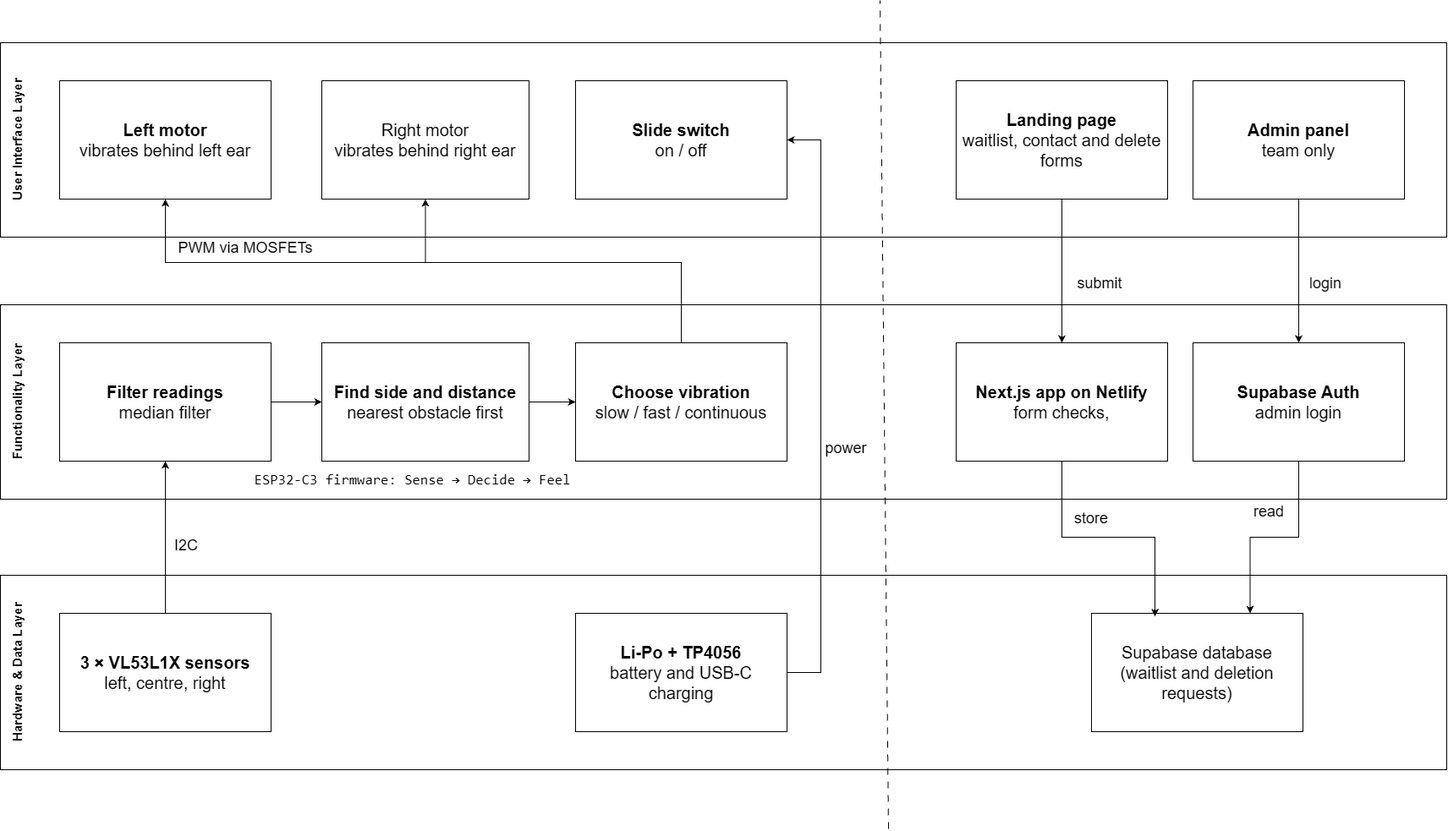
The draw.io diagram docs/design/vidurath/architecture diagram.png in pasanjayaweerabis-cloud/HapSight.com, before a commit. Source tidied: cells renumbered, new cells last; positions are measured from the earlier drawing's top-left corner, leaving out a move shared by most shapes.
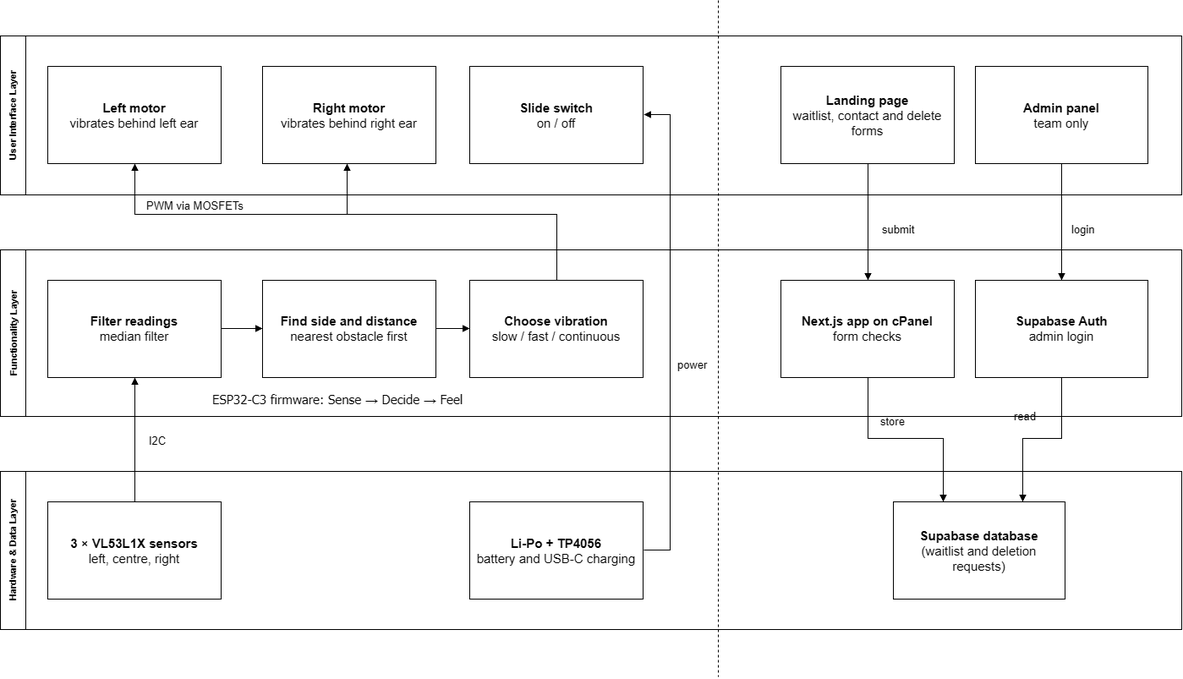
After the commit.

Commit message:
HAP-22: update architecture diagram (Netlify → cPanel)

The edit, as a diff of the source:
```diff
@@ -2,137 +2,159 @@
   <root>
     <mxCell id="0" />
     <mxCell id="1" parent="0" />
-    <mxCell id="2" style="rounded=0;whiteSpace=wrap;html=1;fontSize=20;" parent="1" vertex="1">
-      <mxGeometry y="50" width="1710" height="230" as="geometry" />
-    </mxCell>
-    <mxCell id="3" style="rounded=0;whiteSpace=wrap;html=1;fontSize=20;" parent="1" vertex="1">
-      <mxGeometry y="360" width="1710" height="230" as="geometry" />
-    </mxCell>
-    <mxCell id="4" style="rounded=0;whiteSpace=wrap;html=1;fontSize=20;" parent="1" vertex="1">
-      <mxGeometry y="680" width="1710" height="230" as="geometry" />
-    </mxCell>
+    <mxCell id="41" style="endArrow=none;dashed=1;html=1;" parent="1" edge="1">
+      <mxGeometry relative="1" as="geometry">
+        <mxPoint x="1620" y="-50" as="sourcePoint" />
+        <mxPoint x="1620" y="750" as="targetPoint" />
+      </mxGeometry>
+    </mxCell>
+    <mxCell id="30" value="User Interface Layer" style="swimlane;horizontal=0;startSize=30;fillColor=none;fontSize=11;rounded=0;html=1;" parent="1" vertex="1">
+      <mxGeometry x="771" y="-8" width="1397" height="188" as="geometry" />
+    </mxCell>
+    <mxCell id="31" value="Functionality Layer" style="swimlane;horizontal=0;startSize=30;fillColor=none;fontSize=11;rounded=0;html=1;" parent="1" vertex="1">
+      <mxGeometry x="771" y="245" width="1397" height="197" as="geometry" />
+    </mxCell>
+    <mxCell id="33" value="ESP32-C3 firmware: Sense → Decide → Feel" style="text;html=1;fontSize=15;fontFamily=Tahoma;align=left;" parent="31" vertex="1">
+      <mxGeometry x="249" y="161" width="330" height="36" as="geometry" />
+    </mxCell>
+    <mxCell id="32" value="Hardware &amp; Data Layer" style="swimlane;horizontal=0;startSize=30;fillColor=none;fontSize=11;rounded=0;html=1;" parent="1" vertex="1">
+      <mxGeometry x="771" y="507" width="1397" height="187" as="geometry" />
+    </mxCell>
-    <mxCell id="5" value="&lt;font&gt;&lt;b&gt;Left motor&lt;/b&gt;&lt;br&gt;vibrates behind left ear&lt;/font&gt;" style="rounded=0;whiteSpace=wrap;html=1;fontSize=20;" parent="1" vertex="1">
-      <mxGeometry x="70" y="95" width="250" height="140" as="geometry" />
+    <mxCell id="5" value="&lt;b&gt;Left motor&lt;/b&gt;&lt;br&gt;vibrates behind left ear" style="rounded=0;whiteSpace=wrap;html=1;fontSize=15;" parent="1" vertex="1">
+      <mxGeometry x="827" y="28" width="205" height="115" as="geometry" />
     </mxCell>
-    <mxCell id="6" style="edgeStyle=orthogonalEdgeStyle;rounded=0;jettySize=auto;html=1;defaultLabelBackgroundColor=page;labelPadding=0 4;startArrow=classic;startFill=1;endArrow=none;endFill=0;" parent="1" edge="1" source="7">
-      <mxGeometry relative="1" as="geometry">
-        <mxPoint x="502.5" y="310" as="targetPoint" />
-      </mxGeometry>
-    </mxCell>
-    <mxCell id="7" value="&lt;div&gt;Right motor&lt;/div&gt;&lt;div&gt;vibrates behind right ear&lt;/div&gt;" style="rounded=0;whiteSpace=wrap;html=1;fontSize=20;" parent="1" vertex="1">
-      <mxGeometry x="380" y="95" width="245" height="140" as="geometry" />
+    <mxCell id="7" value="&lt;b&gt;Right motor&lt;/b&gt;&lt;br&gt;vibrates behind right ear" style="rounded=0;whiteSpace=wrap;html=1;fontSize=15;" parent="1" vertex="1">
+      <mxGeometry x="1081" y="28" width="205" height="115" as="geometry" />
     </mxCell>
-    <mxCell id="8" value="&lt;b&gt;Slide switch&lt;/b&gt;&lt;br&gt;&lt;span&gt;on / off&lt;/span&gt;" style="rounded=0;whiteSpace=wrap;html=1;fontSize=20;" parent="1" vertex="1">
-      <mxGeometry x="680" y="95" width="250" height="140" as="geometry" />
+    <mxCell id="8" value="&lt;b&gt;Slide switch&lt;/b&gt;&lt;br&gt;on / off" style="rounded=0;whiteSpace=wrap;html=1;fontSize=15;" parent="1" vertex="1">
+      <mxGeometry x="1326" y="28" width="205" height="115" as="geometry" />
     </mxCell>
-    <mxCell id="9" style="edgeStyle=orthogonalEdgeStyle;rounded=0;jettySize=auto;html=1;entryX=0.5;entryY=0;entryDx=0;entryDy=0;defaultLabelBackgroundColor=page;labelPadding=0 4;" parent="1" edge="1" source="10" target="18">
-      <mxGeometry relative="1" as="geometry" />
-    </mxCell>
-    <mxCell id="10" value="&lt;b&gt;Landing page&lt;/b&gt;&lt;br&gt;&lt;span&gt;waitlist, contact and delete forms&lt;/span&gt;" style="rounded=0;whiteSpace=wrap;html=1;fontSize=20;" parent="1" vertex="1">
-      <mxGeometry x="1130" y="95" width="250" height="140" as="geometry" />
+    <mxCell id="10" value="&lt;b&gt;Landing page&lt;/b&gt;&lt;br&gt;waitlist, contact and delete forms" style="rounded=0;whiteSpace=wrap;html=1;fontSize=15;" parent="1" vertex="1">
+      <mxGeometry x="1694" y="28" width="205" height="115" as="geometry" />
     </mxCell>
-    <mxCell id="11" style="edgeStyle=orthogonalEdgeStyle;rounded=0;jettySize=auto;html=1;entryX=0.5;entryY=0;entryDx=0;entryDy=0;defaultLabelBackgroundColor=page;labelPadding=0 4;" parent="1" edge="1" source="12" target="20">
-      <mxGeometry relative="1" as="geometry" />
-    </mxCell>
-    <mxCell id="12" value="&lt;b&gt;Admin panel&lt;/b&gt;&lt;br&gt;&lt;span&gt;team only&lt;/span&gt;" style="rounded=0;whiteSpace=wrap;html=1;fontSize=20;" parent="1" vertex="1">
-      <mxGeometry x="1410" y="95" width="250" height="140" as="geometry" />
+    <mxCell id="12" value="&lt;b&gt;Admin panel&lt;/b&gt;&lt;br&gt;team only" style="rounded=0;whiteSpace=wrap;html=1;fontSize=15;" parent="1" vertex="1">
+      <mxGeometry x="1924" y="28" width="204" height="115" as="geometry" />
     </mxCell>
-    <mxCell id="13" style="edgeStyle=orthogonalEdgeStyle;rounded=0;jettySize=auto;html=1;entryX=0;entryY=0.5;entryDx=0;entryDy=0;defaultLabelBackgroundColor=page;labelPadding=0 4;" parent="1" edge="1" source="14" target="15">
-      <mxGeometry relative="1" as="geometry" />
-    </mxCell>
-    <mxCell id="14" value="&lt;b&gt;Filter readings&lt;/b&gt;&lt;br&gt;&lt;span&gt;median filter&lt;/span&gt;" style="rounded=0;whiteSpace=wrap;html=1;fontSize=20;" parent="1" vertex="1">
-      <mxGeometry x="70" y="405" width="250" height="140" as="geometry" />
+    <mxCell id="14" value="&lt;b&gt;Filter readings&lt;/b&gt;&lt;br&gt;median filter" style="rounded=0;whiteSpace=wrap;html=1;fontSize=15;" parent="1" vertex="1">
+      <mxGeometry x="827" y="281" width="205" height="115" as="geometry" />
     </mxCell>
-    <mxCell id="15" value="&lt;b&gt;Find side and distance&lt;/b&gt;&lt;br&gt;&lt;span&gt;nearest obstacle first&lt;/span&gt;" style="rounded=0;whiteSpace=wrap;html=1;fontSize=20;" parent="1" vertex="1">
-      <mxGeometry x="380" y="405" width="245" height="140" as="geometry" />
+    <mxCell id="15" value="&lt;b&gt;Find side and distance&lt;/b&gt;&lt;br&gt;nearest obstacle first" style="rounded=0;whiteSpace=wrap;html=1;fontSize=15;" parent="1" vertex="1">
+      <mxGeometry x="1081" y="281" width="205" height="115" as="geometry" />
     </mxCell>
-    <mxCell id="16" style="edgeStyle=orthogonalEdgeStyle;rounded=0;jettySize=auto;html=1;defaultLabelBackgroundColor=page;labelPadding=0 4;" parent="1" edge="1" source="17" target="5">
-      <mxGeometry relative="1" as="geometry">
-        <Array as="points">
-          <mxPoint x="805" y="310" />
-          <mxPoint x="195" y="310" />
-        </Array>
-      </mxGeometry>
-    </mxCell>
-    <mxCell id="17" value="&lt;b&gt;Choose vibration&lt;/b&gt;&lt;br&gt;&lt;span&gt;slow / fast / continuous&lt;/span&gt;" style="rounded=0;whiteSpace=wrap;html=1;fontSize=20;" parent="1" vertex="1">
-      <mxGeometry x="680" y="405" width="250" height="140" as="geometry" />
+    <mxCell id="17" value="&lt;b&gt;Choose vibration&lt;/b&gt;&lt;br&gt;slow / fast / continuous" style="rounded=0;whiteSpace=wrap;html=1;fontSize=15;" parent="1" vertex="1">
+      <mxGeometry x="1326" y="281" width="205" height="115" as="geometry" />
     </mxCell>
-    <mxCell id="18" value="&lt;b&gt;Next.js app on Netlify&lt;/b&gt;&lt;br&gt;&lt;span&gt;form checks,&lt;/span&gt;" style="rounded=0;whiteSpace=wrap;html=1;fontSize=20;" parent="1" vertex="1">
-      <mxGeometry x="1130" y="405" width="250" height="140" as="geometry" />
-    </mxCell>
-    <mxCell id="19" style="edgeStyle=orthogonalEdgeStyle;rounded=0;jettySize=auto;html=1;entryX=0.75;entryY=0;entryDx=0;entryDy=0;defaultLabelBackgroundColor=page;labelPadding=0 4;" parent="1" edge="1" source="20" target="25">
-      <mxGeometry relative="1" as="geometry" />
-    </mxCell>
+    <mxCell id="42" value="&lt;b&gt;Next.js app on cPanel&lt;/b&gt;&lt;br&gt;form checks" style="rounded=0;whiteSpace=wrap;html=1;fontSize=15;" parent="1" vertex="1">
+      <mxGeometry x="1694" y="281" width="205" height="115" as="geometry" />
+    </mxCell>
-    <mxCell id="20" value="&lt;b&gt;Supabase Auth&lt;/b&gt;&lt;br&gt;&lt;span&gt;admin login&lt;/span&gt;" style="rounded=0;whiteSpace=wrap;html=1;fontSize=20;" parent="1" vertex="1">
-      <mxGeometry x="1410" y="405" width="250" height="140" as="geometry" />
+    <mxCell id="20" value="&lt;b&gt;Supabase Auth&lt;/b&gt;&lt;br&gt;admin login" style="rounded=0;whiteSpace=wrap;html=1;fontSize=15;" parent="1" vertex="1">
+      <mxGeometry x="1924" y="281" width="204" height="115" as="geometry" />
     </mxCell>
-    <mxCell id="21" style="edgeStyle=orthogonalEdgeStyle;rounded=0;jettySize=auto;html=1;entryX=0.5;entryY=1;entryDx=0;entryDy=0;defaultLabelBackgroundColor=page;labelPadding=0 4;" parent="1" edge="1" source="22" target="14">
-      <mxGeometry relative="1" as="geometry" />
-    </mxCell>
-    <mxCell id="22" value="&lt;b&gt;3 × VL53L1X sensors&lt;/b&gt;&lt;br&gt;&lt;span&gt;left, centre, right&lt;/span&gt;" style="rounded=0;whiteSpace=wrap;html=1;fontSize=20;" parent="1" vertex="1">
-      <mxGeometry x="70" y="725" width="250" height="140" as="geometry" />
+    <mxCell id="22" value="&lt;b&gt;3 × VL53L1X sensors&lt;/b&gt;&lt;br&gt;left, centre, right" style="rounded=0;whiteSpace=wrap;html=1;fontSize=15;" parent="1" vertex="1">
+      <mxGeometry x="827" y="543" width="205" height="115" as="geometry" />
     </mxCell>
-    <mxCell id="23" style="edgeStyle=orthogonalEdgeStyle;rounded=0;jettySize=auto;html=1;entryX=1;entryY=0.5;entryDx=0;entryDy=0;defaultLabelBackgroundColor=page;labelPadding=0 4;" parent="1" edge="1" source="24" target="8">
-      <mxGeometry relative="1" as="geometry">
-        <Array as="points">
-          <mxPoint x="970" y="795" />
-          <mxPoint x="970" y="164.6" />
-        </Array>
-      </mxGeometry>
-    </mxCell>
-    <mxCell id="24" value="&lt;b&gt;Li-Po + TP4056&lt;/b&gt;&lt;br&gt;&lt;span&gt;battery and USB-C charging&lt;/span&gt;" style="rounded=0;whiteSpace=wrap;html=1;fontSize=20;" parent="1" vertex="1">
-      <mxGeometry x="680" y="725" width="250" height="140" as="geometry" />
+    <mxCell id="24" value="&lt;b&gt;Li-Po + TP4056&lt;/b&gt;&lt;br&gt;battery and USB-C charging" style="rounded=0;whiteSpace=wrap;html=1;fontSize=15;" parent="1" vertex="1">
+      <mxGeometry x="1326" y="543" width="205" height="115" as="geometry" />
     </mxCell>
-    <mxCell id="25" value="Supabase database&lt;br&gt;(waitlist and deletion requests)" style="rounded=0;whiteSpace=wrap;html=1;fontSize=20;" parent="1" vertex="1">
-      <mxGeometry x="1290" y="725" width="250" height="140" as="geometry" />
+    <mxCell id="25" value="&lt;b&gt;Supabase database&lt;/b&gt;&lt;br&gt;(waitlist and deletion requests)" style="rounded=0;whiteSpace=wrap;html=1;fontSize=15;" parent="1" vertex="1">
+      <mxGeometry x="1827" y="543" width="203" height="115" as="geometry" />
     </mxCell>
-    <mxCell id="26" style="edgeStyle=orthogonalEdgeStyle;rounded=0;jettySize=auto;html=1;innerLoopWaypoints=1;defaultLabelBackgroundColor=page;labelPadding=0 4;entryX=0;entryY=0.5;entryDx=0;entryDy=0;" parent="1" edge="1" source="15" target="17">
-      <mxGeometry relative="1" as="geometry" />
-    </mxCell>
-    <mxCell id="27" style="edgeStyle=orthogonalEdgeStyle;rounded=0;jettySize=auto;html=1;entryX=0.3;entryY=0.026;entryDx=0;entryDy=0;entryPerimeter=0;defaultLabelBackgroundColor=page;labelPadding=0 4;" parent="1" edge="1" source="18" target="25">
-      <mxGeometry relative="1" as="geometry" />
-    </mxCell>
-    <mxCell id="28" style="endArrow=none;dashed=1;html=1;rounded=0;defaultLabelBackgroundColor=page;labelPadding=0 4;dashPattern=8 8;" parent="1" edge="1">
-      <mxGeometry relative="1" as="geometry">
-        <mxPoint x="1050" y="980" as="sourcePoint" />
-        <mxPoint x="1040" as="targetPoint" />
-      </mxGeometry>
-    </mxCell>
-    <mxCell id="29" value="&lt;span style=&quot;color: rgba(0, 0, 0, 0); font-family: monospace; font-size: 1px; text-align: start; white-space: nowrap;&quot;&gt;%3CmxGraphModel%3E%3Croot%3E%3CmxCell%20id%3D%220%22%2F%3E%3CmxCell%20id%3D%221%22%20parent%3D%220%22%2F%3E%3CmxCell%20id%3D%222%22%20parent%3D%221%22%20style%3D%22text%3Bhtml%3D1%3BfontSize%3D15%3Bhorizontal%3D0%3Balign%3Dcenter%3BverticalAlign%3Dmiddle%3B%22%20value%3D%22%26lt%3Bb%26gt%3BUser%20Interface%20Layer%26lt%3B%2Fb%26gt%3B%22%20vertex%3D%221%22%3E%3CmxGeometry%20height%3D%22150%22%20width%3D%2240%22%20x%3D%2224%22%20y%3D%2285%22%20as%3D%22geometry%22%2F%3E%3C%2FmxCell%3E%3C%2Froot%3E%3C%2FmxGraphModel%3E&lt;/span&gt;" style="text;html=1;whiteSpace=wrap;strokeColor=none;fillColor=none;align=center;verticalAlign=middle;rounded=0;" parent="1" vertex="1">
-      <mxGeometry x="340" y="940" width="60" height="30" as="geometry" />
-    </mxCell>
-    <mxCell id="30" value="&lt;b&gt;User Interface Layer&lt;/b&gt;" style="text;html=1;fontSize=15;horizontal=0;align=center;verticalAlign=middle;" parent="1" vertex="1">
-      <mxGeometry y="50" width="40" height="230" as="geometry" />
-    </mxCell>
-    <mxCell id="31" value="&lt;b&gt;Functionality Layer&lt;/b&gt;" style="text;html=1;fontSize=15;horizontal=0;align=center;verticalAlign=middle;" parent="1" vertex="1">
-      <mxGeometry y="360" width="40" height="230" as="geometry" />
-    </mxCell>
-    <mxCell id="32" value="&lt;b&gt;Hardware &amp;amp; Data Layer&lt;/b&gt;" style="text;html=1;fontSize=15;horizontal=0;align=center;verticalAlign=middle;" parent="1" vertex="1">
-      <mxGeometry y="680" width="40" height="230" as="geometry" />
-    </mxCell>
-    <mxCell id="33" value="&lt;div&gt;&lt;div role=&quot;group&quot; aria-label=&quot;Code&quot; tabindex=&quot;0&quot; dir=&quot;ltr&quot;&gt;&lt;pre&gt;&lt;span style=&quot;text-wrap-mode: wrap;&quot;&gt;ESP32-C3 firmware: Sense → Decide → Feel&lt;/span&gt;&lt;/pre&gt;&lt;/div&gt;&lt;/div&gt;&lt;p dir=&quot;ltr&quot;&gt;&lt;/p&gt;" style="text;html=1;whiteSpace=wrap;strokeColor=none;fillColor=none;align=center;verticalAlign=middle;rounded=0;fontSize=17;" parent="1" vertex="1">
-      <mxGeometry x="250" y="545" width="475" height="45" as="geometry" />
-    </mxCell>
+    <mxCell id="43" style="endArrow=block;endFill=1;html=1;rounded=0;" parent="1" edge="1">
+      <mxGeometry relative="1" as="geometry">
+        <mxPoint x="930" y="543" as="sourcePoint" />
+        <mxPoint x="930" y="396" as="targetPoint" />
+      </mxGeometry>
+    </mxCell>
+    <mxCell id="35" value="I2C" style="text;html=1;fontSize=13;align=left;verticalAlign=middle;" parent="1" vertex="1">
+      <mxGeometry x="945" y="461" width="130" height="20" as="geometry" />
+    </mxCell>
+    <mxCell id="44" style="endArrow=block;endFill=1;html=1;rounded=0;" parent="1" edge="1">
+      <mxGeometry relative="1" as="geometry">
+        <mxPoint x="1032" y="338" as="sourcePoint" />
+        <mxPoint x="1081" y="338" as="targetPoint" />
+      </mxGeometry>
+    </mxCell>
+    <mxCell id="45" style="endArrow=block;endFill=1;html=1;rounded=0;" parent="1" edge="1">
+      <mxGeometry relative="1" as="geometry">
+        <mxPoint x="1286" y="338" as="sourcePoint" />
+        <mxPoint x="1326" y="338" as="targetPoint" />
+      </mxGeometry>
+    </mxCell>
+    <mxCell id="46" style="endArrow=block;endFill=1;html=1;rounded=0;" parent="1" edge="1">
+      <mxGeometry relative="1" as="geometry">
+        <mxPoint x="1429" y="281" as="sourcePoint" />
+        <mxPoint x="930" y="143" as="targetPoint" />
+        <Array as="points">
+          <mxPoint x="1429" y="203" />
+          <mxPoint x="930" y="203" />
+        </Array>
+      </mxGeometry>
+    </mxCell>
+    <mxCell id="36" value="PWM via MOSFETs" style="text;html=1;fontSize=13;align=left;verticalAlign=middle;" parent="1" vertex="1">
+      <mxGeometry x="942" y="183" width="130" height="20" as="geometry" />
+    </mxCell>
+    <mxCell id="47" style="endArrow=block;endFill=1;html=1;rounded=0;" parent="1" edge="1">
+      <mxGeometry relative="1" as="geometry">
+        <mxPoint x="1181" y="203" as="sourcePoint" />
+        <mxPoint x="1181" y="143" as="targetPoint" />
+      </mxGeometry>
+    </mxCell>
+    <mxCell id="48" style="endArrow=block;endFill=1;html=1;rounded=0;" parent="1" edge="1">
+      <mxGeometry relative="1" as="geometry">
+        <mxPoint x="1532" y="600" as="sourcePoint" />
+        <mxPoint x="1532" y="85" as="targetPoint" />
+        <Array as="points">
+          <mxPoint x="1563" y="600" />
+          <mxPoint x="1563" y="85" />
+        </Array>
+      </mxGeometry>
+    </mxCell>
-    <mxCell id="34" value="power" style="text;html=1;whiteSpace=wrap;strokeColor=none;fillColor=none;align=center;verticalAlign=middle;rounded=0;fontSize=18;" parent="1" vertex="1">
-      <mxGeometry x="970" y="515" width="60" height="30" as="geometry" />
+    <mxCell id="34" value="power" style="text;html=1;fontSize=13;align=left;verticalAlign=middle;" parent="1" vertex="1">
+      <mxGeometry x="1570" y="371" width="130" height="20" as="geometry" />
     </mxCell>
-    <mxCell id="35" value="I2C" style="text;html=1;whiteSpace=wrap;strokeColor=none;fillColor=none;align=center;verticalAlign=middle;rounded=0;fontSize=18;" parent="1" vertex="1">
-      <mxGeometry x="190" y="630" width="60" height="30" as="geometry" />
-    </mxCell>
-    <mxCell id="36" value="PWM via MOSFETs" style="text;html=1;whiteSpace=wrap;strokeColor=none;fillColor=none;align=center;verticalAlign=middle;rounded=0;fontSize=18;" parent="1" vertex="1">
-      <mxGeometry x="190" y="270" width="200" height="45" as="geometry" />
-    </mxCell>
+    <mxCell id="49" style="endArrow=block;endFill=1;html=1;rounded=0;" parent="1" edge="1">
+      <mxGeometry relative="1" as="geometry">
+        <mxPoint x="1797" y="143" as="sourcePoint" />
+        <mxPoint x="1797" y="281" as="targetPoint" />
+      </mxGeometry>
+    </mxCell>
-    <mxCell id="37" value="submit" style="text;html=1;whiteSpace=wrap;strokeColor=none;fillColor=none;align=center;verticalAlign=middle;rounded=0;fontSize=18;" parent="1" vertex="1">
-      <mxGeometry x="1270" y="320" width="60" height="30" as="geometry" />
+    <mxCell id="37" value="submit" style="text;html=1;fontSize=13;align=left;verticalAlign=middle;" parent="1" vertex="1">
+      <mxGeometry x="1812" y="211" width="130" height="20" as="geometry" />
     </mxCell>
+    <mxCell id="50" style="endArrow=block;endFill=1;html=1;rounded=0;" parent="1" edge="1">
+      <mxGeometry relative="1" as="geometry">
+        <mxPoint x="2026" y="143" as="sourcePoint" />
+        <mxPoint x="2026" y="281" as="targetPoint" />
+      </mxGeometry>
+    </mxCell>
-    <mxCell id="38" value="login" style="text;html=1;whiteSpace=wrap;strokeColor=none;fillColor=none;align=center;verticalAlign=middle;rounded=0;fontSize=18;" parent="1" vertex="1">
-      <mxGeometry x="1537" y="320" width="60" height="30" as="geometry" />
+    <mxCell id="38" value="login" style="text;html=1;fontSize=13;align=left;verticalAlign=middle;" parent="1" vertex="1">
+      <mxGeometry x="2036" y="211" width="130" height="20" as="geometry" />
     </mxCell>
+    <mxCell id="51" style="endArrow=block;endFill=1;html=1;rounded=0;" parent="1" edge="1">
+      <mxGeometry relative="1" as="geometry">
+        <mxPoint x="1797" y="396" as="sourcePoint" />
+        <mxPoint x="1886" y="543" as="targetPoint" />
+        <Array as="points">
+          <mxPoint x="1797" y="468" />
+          <mxPoint x="1886" y="468" />
+        </Array>
+      </mxGeometry>
+    </mxCell>
-    <mxCell id="39" value="store" style="text;html=1;whiteSpace=wrap;strokeColor=none;fillColor=none;align=center;verticalAlign=middle;rounded=0;fontSize=18;" parent="1" vertex="1">
-      <mxGeometry x="1260" y="598" width="60" height="30" as="geometry" />
+    <mxCell id="39" value="store" style="text;html=1;fontSize=13;align=left;verticalAlign=middle;" parent="1" vertex="1">
+      <mxGeometry x="1810" y="438" width="130" height="20" as="geometry" />
     </mxCell>
+    <mxCell id="52" style="endArrow=block;endFill=1;html=1;rounded=0;" parent="1" edge="1">
+      <mxGeometry relative="1" as="geometry">
+        <mxPoint x="2026" y="396" as="sourcePoint" />
+        <mxPoint x="1980" y="543" as="targetPoint" />
+        <Array as="points">
+          <mxPoint x="2026" y="468" />
+          <mxPoint x="1980" y="468" />
+        </Array>
+      </mxGeometry>
+    </mxCell>
-    <mxCell id="40" value="read" style="text;html=1;whiteSpace=wrap;strokeColor=none;fillColor=none;align=center;verticalAlign=middle;rounded=0;fontSize=18;" parent="1" vertex="1">
-      <mxGeometry x="1470" y="590" width="60" height="30" as="geometry" />
+    <mxCell id="40" value="read" style="text;html=1;fontSize=13;align=left;verticalAlign=middle;" parent="1" vertex="1">
+      <mxGeometry x="1968" y="432" width="130" height="20" as="geometry" />
     </mxCell>
   </root>
 </mxGraphModel>
```
